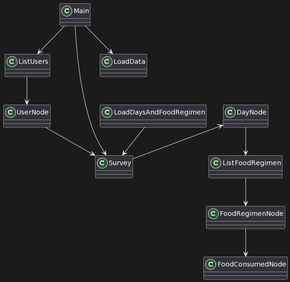
mmasias/23-24-eda1 keeps this PlantUML diagram as entregas/juanIxcopal/Reto-007/Image/diagramaClases.png. Above is the earlier version.
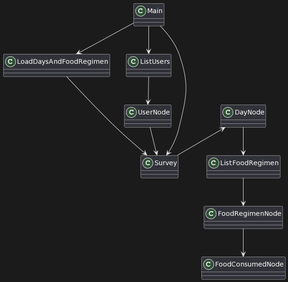
After the commit.

Commit message:
Feature: delivery of the finished exam

What changed in the source:
```diff
@@ -15,7 +15,7 @@
 ListFoodRegimen --> FoodRegimenNode
 ListUsers --> UserNode
 UserNode --> Survey
-Main --> LoadData
+Main --> LoadDaysAndFoodRegimen
 Main --> ListUsers
 Main --> Survey
 DayNode <-- Survey
```
